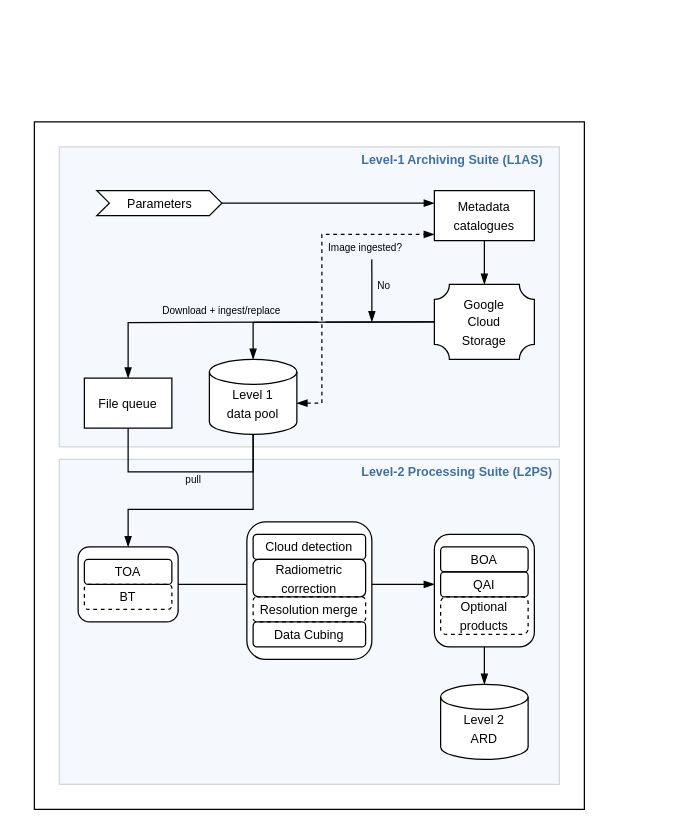
Earlier version of the draw.io diagram source/figures/drawio/force.drawio (maawoo/TDC_thesis). Source tidied: cells renumbered, new cells numbered last; positions are measured from the earlier drawing's top-left corner, leaving out a move shared by most shapes. Both pictures are drawn from the tidied source at 125%, with x=0, y=0 at pixel (34, 121).
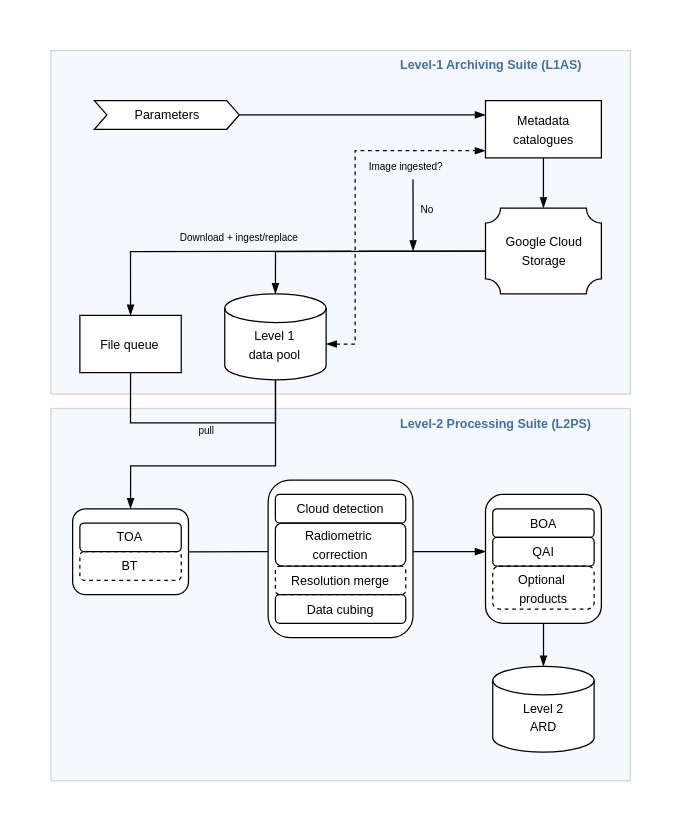
After the change.

Commit message (it also covers changes not shown here):
Update figures and draw.io diagrams

The edit, as a diff of the source:
```diff
@@
+    <mxCell id="43" style="group;" parent="1" vertex="1">
+      <mxGeometry x="-10" y="-80" width="510" height="630" as="geometry" />
+    </mxCell>
-    <mxCell id="2" style="rounded=0;whiteSpace=wrap;html=1;fillColor=#ffffff;" parent="1" vertex="1">
-      <mxGeometry width="440" height="550" as="geometry" />
+    <mxCell id="2" style="rounded=0;whiteSpace=wrap;html=1;fillColor=#ffffff;strokeColor=none;" parent="43" vertex="1">
+      <mxGeometry width="510" height="630" as="geometry" />
     </mxCell>
-    <mxCell id="3" style="rounded=0;whiteSpace=wrap;html=1;strokeColor=#666666;fontColor=#333333;fillColor=#D8E5FA;opacity=25;" parent="1" vertex="1">
-      <mxGeometry x="20" y="270" width="400" height="260" as="geometry" />
+    <mxCell id="3" style="rounded=0;whiteSpace=wrap;html=1;strokeColor=#666666;fontColor=#333333;fillColor=#D8E5FA;opacity=25;" parent="43" vertex="1">
+      <mxGeometry x="23.2" y="309.3" width="463.6" height="297.8" as="geometry" />
     </mxCell>
-    <mxCell id="4" style="rounded=1;whiteSpace=wrap;html=1;" parent="1" vertex="1">
-      <mxGeometry x="320" y="330" width="80" height="90" as="geometry" />
+    <mxCell id="4" style="rounded=1;whiteSpace=wrap;html=1;" parent="43" vertex="1">
+      <mxGeometry x="370.9" y="378" width="92.7" height="103.1" as="geometry" />
     </mxCell>
-    <mxCell id="5" style="rounded=1;whiteSpace=wrap;html=1;" parent="1" vertex="1">
-      <mxGeometry x="170" y="320" width="100" height="110" as="geometry" />
+    <mxCell id="5" style="rounded=1;whiteSpace=wrap;html=1;" parent="43" vertex="1">
+      <mxGeometry x="197" y="366.5" width="115.9" height="126" as="geometry" />
     </mxCell>
-    <mxCell id="6" style="rounded=1;whiteSpace=wrap;html=1;" parent="1" vertex="1">
-      <mxGeometry x="35" y="340" width="80" height="60" as="geometry" />
+    <mxCell id="6" style="rounded=1;whiteSpace=wrap;html=1;" parent="43" vertex="1">
+      <mxGeometry x="40.6" y="389.5" width="92.7" height="68.7" as="geometry" />
     </mxCell>
-    <mxCell id="7" style="rounded=0;whiteSpace=wrap;html=1;strokeColor=#666666;fontColor=#333333;fillColor=#D8E5FA;opacity=25;" parent="1" vertex="1">
-      <mxGeometry x="20" y="20" width="400" height="240" as="geometry" />
+    <mxCell id="7" style="rounded=0;whiteSpace=wrap;html=1;strokeColor=#666666;fontColor=#333333;fillColor=#D8E5FA;opacity=25;" parent="43" vertex="1">
+      <mxGeometry x="23.2" y="22.9" width="463.6" height="274.9" as="geometry" />
     </mxCell>
-    <mxCell id="8" style="verticalLabelPosition=bottom;verticalAlign=top;html=1;shape=mxgraph.basic.plaque;dx=6;" parent="1" vertex="1">
-      <mxGeometry x="320" y="130" width="80" height="60" as="geometry" />
+    <mxCell id="8" style="verticalLabelPosition=bottom;verticalAlign=top;html=1;shape=mxgraph.basic.plaque;dx=6;" parent="43" vertex="1">
+      <mxGeometry x="370.9" y="148.9" width="92.7" height="68.7" as="geometry" />
     </mxCell>
-    <mxCell id="9" style="edgeStyle=orthogonalEdgeStyle;rounded=0;jumpStyle=gap;jettySize=auto;html=1;startArrow=none;startFill=0;endArrow=blockThin;endFill=1;" parent="1" edge="1" source="10" target="12">
-      <mxGeometry relative="1" as="geometry">
-        <Array as="points">
-          <mxPoint x="280" y="65" />
-          <mxPoint x="280" y="65" />
-        </Array>
-      </mxGeometry>
-    </mxCell>
-    <mxCell id="10" value="&lt;font style=&quot;font-size: 10px&quot;&gt;Parameters&lt;/font&gt;" style="html=1;shadow=0;dashed=0;align=center;verticalAlign=middle;shape=mxgraph.arrows2.arrow;dy=0;dx=10;notch=10;strokeColor=#000000;strokeWidth=1;" parent="1" vertex="1">
-      <mxGeometry x="50" y="55" width="100" height="20" as="geometry" />
+    <mxCell id="10" value="&lt;font style=&quot;font-size: 10px&quot;&gt;Parameters&lt;/font&gt;" style="html=1;shadow=0;dashed=0;align=center;verticalAlign=middle;shape=mxgraph.arrows2.arrow;dy=0;dx=10;notch=10;strokeColor=#000000;strokeWidth=1;" parent="43" vertex="1">
+      <mxGeometry x="58" y="63" width="115.9" height="22.9" as="geometry" />
     </mxCell>
-    <mxCell id="11" style="edgeStyle=orthogonalEdgeStyle;rounded=0;jumpStyle=gap;jettySize=auto;html=1;startArrow=none;startFill=0;endArrow=blockThin;endFill=1;" parent="1" edge="1" source="12" target="8">
+    <mxCell id="11" style="edgeStyle=orthogonalEdgeStyle;rounded=0;jumpStyle=gap;jettySize=auto;html=1;startArrow=none;startFill=0;endArrow=blockThin;endFill=1;" parent="43" edge="1" source="12" target="8">
       <mxGeometry relative="1" as="geometry" />
     </mxCell>
-    <mxCell id="12" value="&lt;font style=&quot;font-size: 10px&quot;&gt;Metadata catalogues&lt;/font&gt;" style="rounded=0;whiteSpace=wrap;html=1;strokeColor=#000000;strokeWidth=1;" parent="1" vertex="1">
-      <mxGeometry x="320" y="55" width="80" height="40" as="geometry" />
+    <mxCell id="12" value="&lt;font style=&quot;font-size: 10px&quot;&gt;Metadata catalogues&lt;/font&gt;" style="rounded=0;whiteSpace=wrap;html=1;strokeColor=#000000;strokeWidth=1;" parent="43" vertex="1">
+      <mxGeometry x="370.9" y="63" width="92.7" height="45.8" as="geometry" />
     </mxCell>
-    <mxCell id="13" style="edgeStyle=orthogonalEdgeStyle;rounded=0;jumpStyle=gap;jettySize=auto;html=1;entryX=0.5;entryY=0;entryDx=0;entryDy=0;startArrow=none;startFill=0;endArrow=blockThin;endFill=1;" parent="1" edge="1" source="14" target="6">
+    <mxCell id="13" style="edgeStyle=orthogonalEdgeStyle;rounded=0;jumpStyle=gap;jettySize=auto;html=1;entryX=0.5;entryY=0;entryDx=0;entryDy=0;startArrow=none;startFill=0;endArrow=blockThin;endFill=1;" parent="43" edge="1" source="14" target="6">
       <mxGeometry relative="1" as="geometry">
         <Array as="points">
-          <mxPoint x="175" y="310" />
-          <mxPoint x="75" y="310" />
+          <mxPoint x="202.8" y="355.1" />
+          <mxPoint x="86.9" y="355.1" />
         </Array>
       </mxGeometry>
     </mxCell>
-    <mxCell id="14" style="strokeWidth=1;html=1;shape=mxgraph.flowchart.database;whiteSpace=wrap;" parent="1" vertex="1">
-      <mxGeometry x="140" y="190" width="70" height="60" as="geometry" />
+    <mxCell id="14" style="strokeWidth=1;html=1;shape=mxgraph.flowchart.database;whiteSpace=wrap;" parent="43" vertex="1">
+      <mxGeometry x="162.3" y="217.6" width="81.1" height="68.7" as="geometry" />
     </mxCell>
-    <mxCell id="15" style="edgeStyle=orthogonalEdgeStyle;rounded=0;jumpStyle=gap;jettySize=auto;html=1;entryX=0.5;entryY=1;entryDx=0;entryDy=0;entryPerimeter=0;startArrow=none;startFill=0;endArrow=none;endFill=0;exitX=0.5;exitY=1;exitDx=0;exitDy=0;" parent="1" edge="1" source="16" target="14">
+    <mxCell id="15" style="edgeStyle=orthogonalEdgeStyle;rounded=0;jumpStyle=gap;jettySize=auto;html=1;entryX=0.5;entryY=1;entryDx=0;entryDy=0;entryPerimeter=0;startArrow=none;startFill=0;endArrow=none;endFill=0;exitX=0.5;exitY=1;exitDx=0;exitDy=0;" parent="43" edge="1" source="16" target="14">
       <mxGeometry relative="1" as="geometry">
         <Array as="points">
-          <mxPoint x="75" y="280" />
-          <mxPoint x="175" y="280" />
+          <mxPoint x="86.9" y="320.7" />
+          <mxPoint x="202.8" y="320.7" />
         </Array>
       </mxGeometry>
     </mxCell>
-    <mxCell id="16" value="&lt;font style=&quot;font-size: 10px&quot;&gt;File queue&lt;/font&gt;" style="rounded=0;whiteSpace=wrap;html=1;strokeColor=#000000;strokeWidth=1;" parent="1" vertex="1">
-      <mxGeometry x="40" y="205" width="70" height="40" as="geometry" />
+    <mxCell id="16" value="&lt;font style=&quot;font-size: 10px&quot;&gt;File queue&lt;/font&gt;" style="rounded=0;whiteSpace=wrap;html=1;strokeColor=#000000;strokeWidth=1;" parent="43" vertex="1">
+      <mxGeometry x="46.4" y="234.8" width="81.1" height="45.8" as="geometry" />
     </mxCell>
-    <mxCell id="17" style="edgeStyle=orthogonalEdgeStyle;rounded=0;jumpStyle=gap;jettySize=auto;html=1;entryX=0;entryY=0.875;entryDx=0;entryDy=0;entryPerimeter=0;startArrow=blockThin;startFill=1;endArrow=blockThin;endFill=1;dashed=1;" parent="1" edge="1" source="18" target="12">
+    <mxCell id="17" style="edgeStyle=orthogonalEdgeStyle;rounded=0;jumpStyle=gap;jettySize=auto;html=1;entryX=0;entryY=0.875;entryDx=0;entryDy=0;entryPerimeter=0;startArrow=blockThin;startFill=1;endArrow=blockThin;endFill=1;dashed=1;" parent="43" edge="1" source="18" target="12">
       <mxGeometry relative="1" as="geometry">
         <Array as="points">
-          <mxPoint x="230" y="225" />
-          <mxPoint x="230" y="90" />
+          <mxPoint x="266.6" y="257.7" />
+          <mxPoint x="266.6" y="103.1" />
         </Array>
       </mxGeometry>
     </mxCell>
-    <mxCell id="18" value="&lt;font style=&quot;font-size: 10px&quot;&gt;Level 1&lt;br&gt;data pool&lt;/font&gt;" style="text;html=1;strokeColor=none;fillColor=none;align=center;verticalAlign=middle;whiteSpace=wrap;rounded=0;" parent="1" vertex="1">
-      <mxGeometry x="140" y="210" width="70" height="30" as="geometry" />
+    <mxCell id="18" value="&lt;font style=&quot;font-size: 10px&quot;&gt;Level 1&lt;br&gt;data pool&lt;/font&gt;" style="text;html=1;strokeColor=none;fillColor=none;align=center;verticalAlign=middle;whiteSpace=wrap;rounded=0;" parent="43" vertex="1">
+      <mxGeometry x="162.3" y="240.5" width="81.1" height="34.4" as="geometry" />
     </mxCell>
-    <mxCell id="19" style="edgeStyle=orthogonalEdgeStyle;rounded=0;jumpStyle=none;jettySize=auto;html=1;entryX=0.5;entryY=0;entryDx=0;entryDy=0;entryPerimeter=0;startArrow=none;startFill=0;endArrow=blockThin;endFill=1;" parent="1" edge="1" target="14">
+    <mxCell id="19" style="edgeStyle=orthogonalEdgeStyle;rounded=0;jumpStyle=none;jettySize=auto;html=1;entryX=0.5;entryY=0;entryDx=0;entryDy=0;entryPerimeter=0;startArrow=none;startFill=0;endArrow=blockThin;endFill=1;" parent="43" edge="1" target="14">
       <mxGeometry relative="1" as="geometry">
-        <mxPoint x="320" y="160" as="sourcePoint" />
+        <mxPoint x="370.9" y="183.3" as="sourcePoint" />
       </mxGeometry>
     </mxCell>
-    <mxCell id="20" style="edgeStyle=orthogonalEdgeStyle;rounded=0;jumpStyle=gap;jettySize=auto;html=1;startArrow=none;startFill=0;endArrow=blockThin;endFill=1;entryX=0.5;entryY=0;entryDx=0;entryDy=0;" parent="1" edge="1" target="16">
+    <mxCell id="20" style="edgeStyle=orthogonalEdgeStyle;rounded=0;jumpStyle=gap;jettySize=auto;html=1;startArrow=none;startFill=0;endArrow=blockThin;endFill=1;entryX=0.5;entryY=0;entryDx=0;entryDy=0;" parent="43" edge="1" target="16">
       <mxGeometry relative="1" as="geometry">
-        <mxPoint x="320" y="160" as="sourcePoint" />
+        <mxPoint x="370.9" y="183.3" as="sourcePoint" />
       </mxGeometry>
     </mxCell>
-    <mxCell id="21" value="&lt;font style=&quot;font-size: 10px&quot;&gt;Google Cloud Storage&lt;/font&gt;" style="text;html=1;strokeColor=none;fillColor=none;align=center;verticalAlign=middle;whiteSpace=wrap;rounded=0;" parent="1" vertex="1">
-      <mxGeometry x="330" y="130" width="60" height="60" as="geometry" />
+    <mxCell id="21" value="&lt;font style=&quot;font-size: 10px&quot;&gt;Google Cloud Storage&lt;/font&gt;" style="text;html=1;strokeColor=none;fillColor=none;align=center;verticalAlign=middle;whiteSpace=wrap;rounded=0;" parent="43" vertex="1">
+      <mxGeometry x="382.5" y="148.9" width="69.5" height="68.7" as="geometry" />
     </mxCell>
-    <mxCell id="22" value="&lt;font style=&quot;font-size: 8px&quot;&gt;Image ingested?&lt;/font&gt;" style="text;html=1;strokeColor=none;fillColor=none;align=center;verticalAlign=middle;whiteSpace=wrap;rounded=0;" parent="1" vertex="1">
-      <mxGeometry x="230" y="90" width="70" height="20" as="geometry" />
+    <mxCell id="22" value="&lt;font style=&quot;font-size: 8px&quot;&gt;Image ingested?&lt;/font&gt;" style="text;html=1;strokeColor=none;fillColor=none;align=center;verticalAlign=middle;whiteSpace=wrap;rounded=0;" parent="43" vertex="1">
+      <mxGeometry x="266.6" y="103.1" width="81.1" height="22.9" as="geometry" />
     </mxCell>
-    <mxCell id="23" style="endArrow=blockThin;html=1;exitX=0.571;exitY=1;exitDx=0;exitDy=0;exitPerimeter=0;endFill=1;" parent="1" edge="1" source="22">
+    <mxCell id="23" style="endArrow=blockThin;html=1;exitX=0.571;exitY=1;exitDx=0;exitDy=0;exitPerimeter=0;endFill=1;" parent="43" edge="1" source="22">
       <mxGeometry relative="1" as="geometry">
-        <mxPoint x="270" y="160" as="targetPoint" />
+        <mxPoint x="313" y="183.3" as="targetPoint" />
       </mxGeometry>
     </mxCell>
-    <mxCell id="24" value="&lt;font style=&quot;font-size: 8px&quot;&gt;No&lt;/font&gt;" style="text;html=1;strokeColor=none;fillColor=none;align=center;verticalAlign=middle;whiteSpace=wrap;rounded=0;" parent="1" vertex="1">
-      <mxGeometry x="270" y="120" width="20" height="20" as="geometry" />
+    <mxCell id="24" value="&lt;font style=&quot;font-size: 8px&quot;&gt;No&lt;/font&gt;" style="text;html=1;strokeColor=none;fillColor=none;align=center;verticalAlign=middle;whiteSpace=wrap;rounded=0;" parent="43" vertex="1">
+      <mxGeometry x="313" y="137.5" width="23.2" height="22.9" as="geometry" />
     </mxCell>
-    <mxCell id="25" value="&lt;font style=&quot;font-size: 8px&quot;&gt;Download + ingest/replace&lt;/font&gt;" style="text;html=1;strokeColor=none;fillColor=none;align=center;verticalAlign=middle;whiteSpace=wrap;rounded=0;" parent="1" vertex="1">
-      <mxGeometry x="80" y="140" width="140" height="20" as="geometry" />
+    <mxCell id="25" value="&lt;font style=&quot;font-size: 8px&quot;&gt;Download + ingest/replace&lt;/font&gt;" style="text;html=1;strokeColor=none;fillColor=none;align=center;verticalAlign=middle;whiteSpace=wrap;rounded=0;" parent="43" vertex="1">
+      <mxGeometry x="92.7" y="160.4" width="162.3" height="22.9" as="geometry" />
     </mxCell>
-    <mxCell id="26" value="&lt;b&gt;&lt;font color=&quot;#4070a1&quot; style=&quot;font-size: 10px&quot;&gt;Level-1 Archiving Suite (L1AS)&lt;/font&gt;&lt;/b&gt;" style="text;html=1;strokeColor=none;fillColor=none;align=left;verticalAlign=middle;whiteSpace=wrap;rounded=0;" parent="1" vertex="1">
-      <mxGeometry x="260" y="20" width="160" height="20" as="geometry" />
+    <mxCell id="26" value="&lt;b&gt;&lt;font color=&quot;#4070a1&quot; style=&quot;font-size: 10px&quot;&gt;Level-1 Archiving Suite (L1AS)&lt;/font&gt;&lt;/b&gt;" style="text;html=1;strokeColor=none;fillColor=none;align=left;verticalAlign=middle;whiteSpace=wrap;rounded=0;" parent="43" vertex="1">
+      <mxGeometry x="301.4" y="22.9" width="185.5" height="22.9" as="geometry" />
     </mxCell>
-    <mxCell id="27" value="&lt;b&gt;&lt;font color=&quot;#4070a1&quot; style=&quot;font-size: 10px&quot;&gt;Level-2 Processing Suite (L2PS)&lt;/font&gt;&lt;/b&gt;" style="text;html=1;strokeColor=none;fillColor=none;align=left;verticalAlign=middle;whiteSpace=wrap;rounded=0;" parent="1" vertex="1">
-      <mxGeometry x="260" y="270" width="160" height="20" as="geometry" />
+    <mxCell id="27" value="&lt;b&gt;&lt;font color=&quot;#4070a1&quot; style=&quot;font-size: 10px&quot;&gt;Level-2 Processing Suite (L2PS)&lt;/font&gt;&lt;/b&gt;" style="text;html=1;strokeColor=none;fillColor=none;align=left;verticalAlign=middle;whiteSpace=wrap;rounded=0;" parent="43" vertex="1">
+      <mxGeometry x="301.4" y="309.3" width="185.5" height="22.9" as="geometry" />
     </mxCell>
-    <mxCell id="28" value="&lt;font style=&quot;font-size: 10px&quot;&gt;TOA&lt;/font&gt;" style="rounded=1;whiteSpace=wrap;html=1;fillColor=none;" parent="1" vertex="1">
-      <mxGeometry x="40" y="350" width="70" height="20" as="geometry" />
+    <mxCell id="28" value="&lt;font style=&quot;font-size: 10px&quot;&gt;TOA&lt;/font&gt;" style="rounded=1;whiteSpace=wrap;html=1;fillColor=none;" parent="43" vertex="1">
+      <mxGeometry x="46.4" y="400.9" width="81.1" height="22.9" as="geometry" />
     </mxCell>
-    <mxCell id="29" value="&lt;font style=&quot;font-size: 10px&quot;&gt;BT&lt;/font&gt;" style="rounded=1;whiteSpace=wrap;html=1;fillColor=none;dashed=1;" parent="1" vertex="1">
-      <mxGeometry x="40" y="370" width="70" height="20" as="geometry" />
+    <mxCell id="29" value="&lt;font style=&quot;font-size: 10px&quot;&gt;BT&lt;/font&gt;" style="rounded=1;whiteSpace=wrap;html=1;fillColor=none;dashed=1;" parent="43" vertex="1">
+      <mxGeometry x="46.4" y="423.8" width="81.1" height="22.9" as="geometry" />
     </mxCell>
-    <mxCell id="30" value="&lt;font style=&quot;font-size: 10px&quot;&gt;Cloud detection&lt;/font&gt;" style="rounded=1;whiteSpace=wrap;html=1;fillColor=none;" parent="1" vertex="1">
-      <mxGeometry x="175" y="330" width="90" height="20" as="geometry" />
+    <mxCell id="30" value="&lt;font style=&quot;font-size: 10px&quot;&gt;Cloud detection&lt;/font&gt;" style="rounded=1;whiteSpace=wrap;html=1;fillColor=none;" parent="43" vertex="1">
+      <mxGeometry x="202.8" y="378" width="104.3" height="22.9" as="geometry" />
     </mxCell>
-    <mxCell id="31" value="&lt;font style=&quot;font-size: 10px&quot;&gt;Resolution merge&lt;/font&gt;" style="rounded=1;whiteSpace=wrap;html=1;fillColor=none;dashed=1;" parent="1" vertex="1">
-      <mxGeometry x="175" y="380" width="90" height="20" as="geometry" />
+    <mxCell id="31" value="&lt;font style=&quot;font-size: 10px&quot;&gt;Resolution merge&lt;/font&gt;" style="rounded=1;whiteSpace=wrap;html=1;fillColor=none;dashed=1;" parent="43" vertex="1">
+      <mxGeometry x="202.8" y="435.3" width="104.3" height="22.9" as="geometry" />
     </mxCell>
-    <mxCell id="32" value="&lt;span style=&quot;font-size: 10px&quot;&gt;Radiometric correction&lt;/span&gt;" style="rounded=1;whiteSpace=wrap;html=1;fillColor=none;" parent="1" vertex="1">
-      <mxGeometry x="175" y="350" width="90" height="30" as="geometry" />
+    <mxCell id="32" value="&lt;span style=&quot;font-size: 10px&quot;&gt;Radiometric&amp;nbsp; correction&lt;/span&gt;" style="rounded=1;whiteSpace=wrap;html=1;fillColor=none;" parent="43" vertex="1">
+      <mxGeometry x="202.8" y="400.9" width="104.3" height="34.4" as="geometry" />
     </mxCell>
-    <mxCell id="33" value="&lt;font style=&quot;font-size: 10px&quot;&gt;Data Cubing&lt;/font&gt;" style="rounded=1;whiteSpace=wrap;html=1;fillColor=none;" parent="1" vertex="1">
-      <mxGeometry x="175" y="400" width="90" height="20" as="geometry" />
+    <mxCell id="33" value="&lt;font style=&quot;font-size: 10px&quot;&gt;Data cubing&lt;/font&gt;" style="rounded=1;whiteSpace=wrap;html=1;fillColor=none;" parent="43" vertex="1">
+      <mxGeometry x="202.8" y="458.2" width="104.3" height="22.9" as="geometry" />
     </mxCell>
-    <mxCell id="34" value="&lt;font style=&quot;font-size: 8px&quot;&gt;pull&lt;/font&gt;" style="text;html=1;strokeColor=none;fillColor=none;align=center;verticalAlign=middle;whiteSpace=wrap;rounded=0;" parent="1" vertex="1">
-      <mxGeometry x="105" y="280" width="45" height="10" as="geometry" />
+    <mxCell id="34" value="&lt;font style=&quot;font-size: 8px&quot;&gt;pull&lt;/font&gt;" style="text;html=1;strokeColor=none;fillColor=none;align=center;verticalAlign=middle;whiteSpace=wrap;rounded=0;" parent="43" vertex="1">
+      <mxGeometry x="121.7" y="320.7" width="52.2" height="11.5" as="geometry" />
     </mxCell>
-    <mxCell id="35" value="&lt;font style=&quot;font-size: 10px&quot;&gt;BOA&lt;/font&gt;" style="rounded=1;whiteSpace=wrap;html=1;fillColor=none;" parent="1" vertex="1">
-      <mxGeometry x="325" y="340" width="70" height="20" as="geometry" />
+    <mxCell id="35" value="&lt;font style=&quot;font-size: 10px&quot;&gt;BOA&lt;/font&gt;" style="rounded=1;whiteSpace=wrap;html=1;fillColor=none;" parent="43" vertex="1">
+      <mxGeometry x="376.7" y="389.5" width="81.1" height="22.9" as="geometry" />
     </mxCell>
-    <mxCell id="36" value="&lt;font style=&quot;font-size: 10px&quot;&gt;QAI&lt;/font&gt;" style="rounded=1;whiteSpace=wrap;html=1;fillColor=none;" parent="1" vertex="1">
-      <mxGeometry x="325" y="360" width="70" height="20" as="geometry" />
+    <mxCell id="36" value="&lt;font style=&quot;font-size: 10px&quot;&gt;QAI&lt;/font&gt;" style="rounded=1;whiteSpace=wrap;html=1;fillColor=none;" parent="43" vertex="1">
+      <mxGeometry x="376.7" y="412.4" width="81.1" height="22.9" as="geometry" />
     </mxCell>
-    <mxCell id="37" value="&lt;font style=&quot;font-size: 10px&quot;&gt;Optional products&lt;/font&gt;" style="rounded=1;whiteSpace=wrap;html=1;fillColor=none;dashed=1;" parent="1" vertex="1">
-      <mxGeometry x="325" y="380" width="70" height="30" as="geometry" />
+    <mxCell id="37" value="&lt;font style=&quot;font-size: 10px&quot;&gt;Optional&amp;nbsp; products&lt;/font&gt;" style="rounded=1;whiteSpace=wrap;html=1;fillColor=none;dashed=1;" parent="43" vertex="1">
+      <mxGeometry x="376.7" y="435.3" width="81.1" height="34.4" as="geometry" />
     </mxCell>
-    <mxCell id="38" style="strokeWidth=1;html=1;shape=mxgraph.flowchart.database;whiteSpace=wrap;" parent="1" vertex="1">
-      <mxGeometry x="325" y="450" width="70" height="60" as="geometry" />
+    <mxCell id="38" style="strokeWidth=1;html=1;shape=mxgraph.flowchart.database;whiteSpace=wrap;" parent="43" vertex="1">
+      <mxGeometry x="376.7" y="515.5" width="81.1" height="68.7" as="geometry" />
     </mxCell>
-    <mxCell id="39" value="&lt;font style=&quot;font-size: 10px&quot;&gt;Level 2&lt;br&gt;ARD&lt;br&gt;&lt;/font&gt;" style="text;html=1;strokeColor=none;fillColor=none;align=center;verticalAlign=middle;whiteSpace=wrap;rounded=0;" parent="1" vertex="1">
-      <mxGeometry x="325" y="470" width="70" height="30" as="geometry" />
+    <mxCell id="39" value="&lt;font style=&quot;font-size: 10px&quot;&gt;Level 2&lt;br&gt;ARD&lt;br&gt;&lt;/font&gt;" style="text;html=1;strokeColor=none;fillColor=none;align=center;verticalAlign=middle;whiteSpace=wrap;rounded=0;" parent="43" vertex="1">
+      <mxGeometry x="376.7" y="538.4" width="81.1" height="34.4" as="geometry" />
     </mxCell>
-    <mxCell id="40" style="edgeStyle=orthogonalEdgeStyle;rounded=0;jumpStyle=gap;jettySize=auto;html=1;entryX=0.5;entryY=0;entryDx=0;entryDy=0;entryPerimeter=0;startArrow=none;startFill=0;endArrow=blockThin;endFill=1;" parent="1" edge="1" source="4" target="38">
+    <mxCell id="40" style="edgeStyle=orthogonalEdgeStyle;rounded=0;jumpStyle=gap;jettySize=auto;html=1;entryX=0.5;entryY=0;entryDx=0;entryDy=0;entryPerimeter=0;startArrow=none;startFill=0;endArrow=blockThin;endFill=1;" parent="43" edge="1" source="4" target="38">
       <mxGeometry relative="1" as="geometry" />
     </mxCell>
-    <mxCell id="41" style="edgeStyle=orthogonalEdgeStyle;rounded=0;jumpStyle=gap;jettySize=auto;html=1;entryX=0;entryY=0.444;entryDx=0;entryDy=0;startArrow=none;startFill=0;endArrow=blockThin;endFill=1;exitX=1.001;exitY=0.455;exitDx=0;exitDy=0;exitPerimeter=0;entryPerimeter=0;" parent="1" edge="1" source="5" target="4">
+    <mxCell id="41" style="edgeStyle=orthogonalEdgeStyle;rounded=0;jumpStyle=gap;jettySize=auto;html=1;entryX=0;entryY=0.444;entryDx=0;entryDy=0;startArrow=none;startFill=0;endArrow=blockThin;endFill=1;exitX=1.001;exitY=0.455;exitDx=0;exitDy=0;exitPerimeter=0;entryPerimeter=0;" parent="43" edge="1" source="5" target="4">
       <mxGeometry relative="1" as="geometry">
         <Array as="points">
-          <mxPoint x="295" y="370" />
-          <mxPoint x="320" y="370" />
+          <mxPoint x="341.9" y="423.8" />
+          <mxPoint x="370.9" y="423.8" />
         </Array>
       </mxGeometry>
     </mxCell>
+    <mxCell id="9" style="edgeStyle=orthogonalEdgeStyle;rounded=0;jumpStyle=gap;jettySize=auto;html=1;startArrow=none;startFill=0;endArrow=blockThin;endFill=1;" parent="43" edge="1" source="10" target="12">
+      <mxGeometry relative="1" as="geometry">
+        <Array as="points">
+          <mxPoint x="324.5" y="74.5" />
+          <mxPoint x="324.5" y="74.5" />
+        </Array>
+      </mxGeometry>
+    </mxCell>
-    <mxCell id="42" style="edgeStyle=orthogonalEdgeStyle;rounded=0;jumpStyle=gap;jettySize=auto;html=1;entryX=-0.001;entryY=0.455;entryDx=0;entryDy=0;entryPerimeter=0;startArrow=none;startFill=0;endArrow=none;endFill=0;" parent="1" edge="1" source="6" target="5">
+    <mxCell id="42" style="edgeStyle=orthogonalEdgeStyle;rounded=0;jumpStyle=gap;jettySize=auto;html=1;entryX=-0.001;entryY=0.455;entryDx=0;entryDy=0;entryPerimeter=0;startArrow=none;startFill=0;endArrow=none;endFill=0;" parent="43" edge="1" source="6" target="5">
       <mxGeometry relative="1" as="geometry" />
     </mxCell>
```
